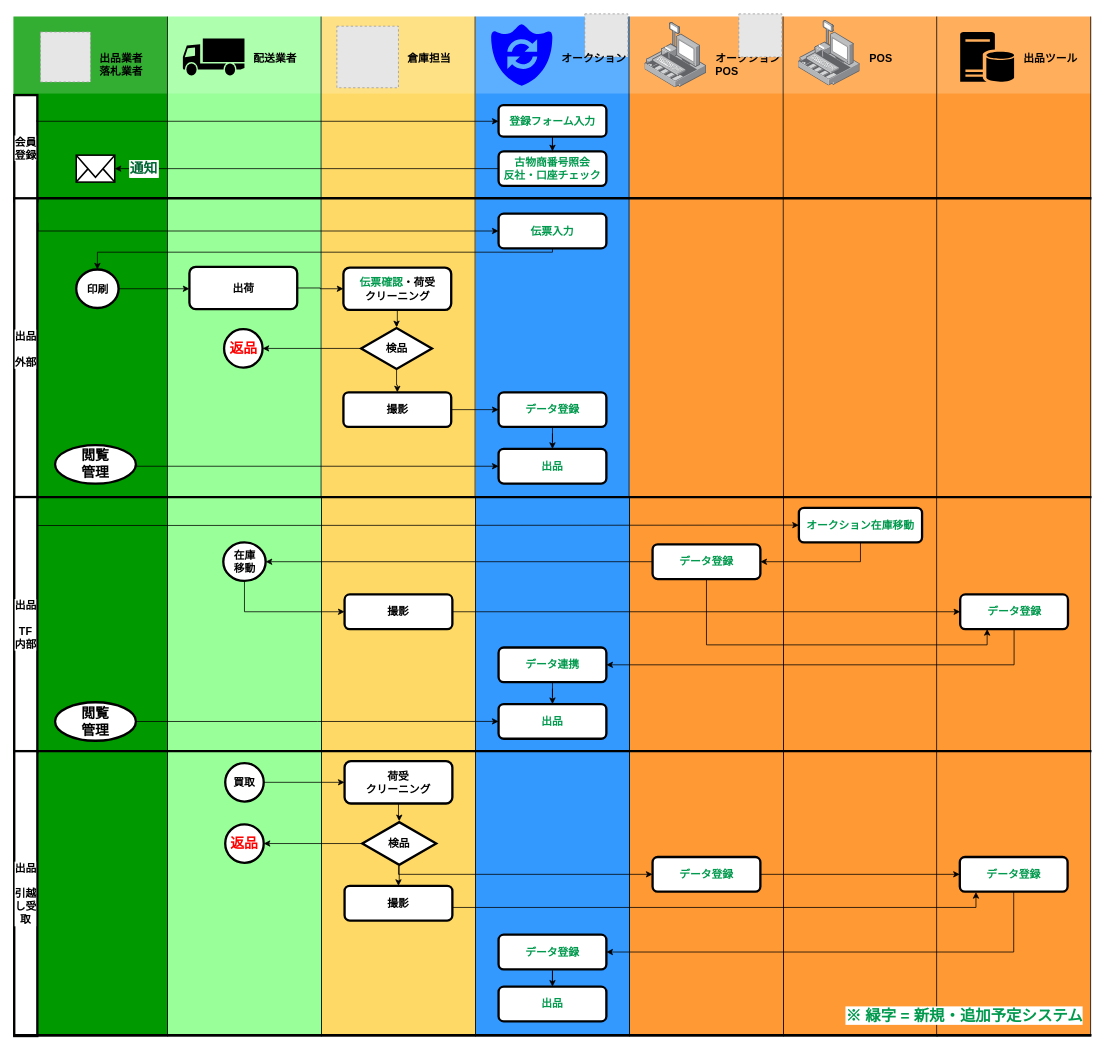
The draw.io diagram 業務フロー図.drawio in cy-shuhei-ohno/test, before the edit. Source tidied: cells renumbered, new cells numbered last; positions are measured from the earlier drawing's top-left corner, leaving out a move shared by most shapes. Both pictures are drawn from the tidied source at 77%, with x=0, y=0 at pixel (13, 13). Pictures stored in the file or linked from it are replaced by grey dashed boxes.
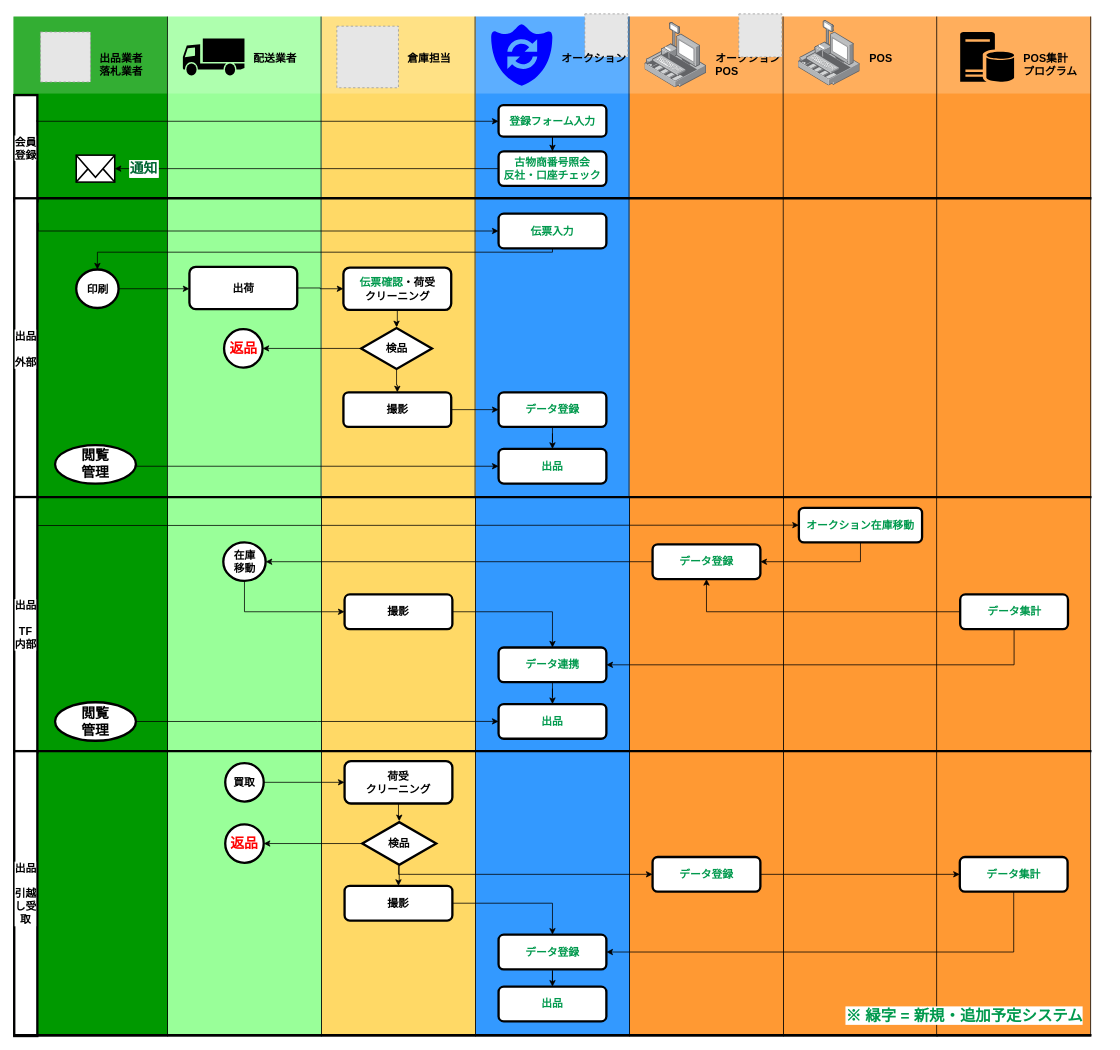
The same page after the edit.

Commit message:
Update 業務フロー図.drawio

Unchanged cells that the change refers to:
```xml
<mxCell id="83" value="撮影" style="rounded=1;whiteSpace=wrap;html=1;labelBackgroundColor=#ffffff;strokeWidth=3;fillColor=#FFFFFF;gradientColor=none;fontSize=14;fontColor=#000000;align=center;fontStyle=1;" parent="1" vertex="1">
  <mxGeometry x="430" y="754.5" width="140" height="45" as="geometry" />
</mxCell>
<mxCell id="90" value="データ登録" style="rounded=1;whiteSpace=wrap;html=1;labelBackgroundColor=#ffffff;strokeWidth=3;fillColor=#FFFFFF;gradientColor=none;fontSize=14;fontColor=#00994D;align=center;fontStyle=1;" parent="1" vertex="1">
  <mxGeometry x="830" y="689.5" width="140" height="45" as="geometry" />
</mxCell>
<mxCell id="92" value="データ連携&lt;br&gt;" style="rounded=1;whiteSpace=wrap;html=1;labelBackgroundColor=#ffffff;strokeWidth=3;fillColor=#FFFFFF;gradientColor=none;fontSize=14;fontColor=#00994D;align=center;fontStyle=1;" parent="1" vertex="1">
  <mxGeometry x="630" y="823.4" width="140" height="45" as="geometry" />
</mxCell>
<mxCell id="106" value="撮影" style="rounded=1;whiteSpace=wrap;html=1;labelBackgroundColor=#ffffff;strokeWidth=3;fillColor=#FFFFFF;gradientColor=none;fontSize=14;fontColor=#000000;align=center;fontStyle=1;" parent="1" vertex="1">
  <mxGeometry x="430" y="1133" width="140" height="45" as="geometry" />
</mxCell>
<mxCell id="111" value="データ登録" style="rounded=1;whiteSpace=wrap;html=1;labelBackgroundColor=#ffffff;strokeWidth=3;fillColor=#FFFFFF;gradientColor=none;fontSize=14;fontColor=#00994D;align=center;fontStyle=1;" parent="1" vertex="1">
  <mxGeometry x="630" y="1196.4" width="140" height="45" as="geometry" />
</mxCell>
```

What changed in the source:
```diff
@@
     <mxCell id="10" style="group;" parent="1" vertex="1">
-      <mxGeometry x="1199.5" y="4" width="200" height="641" as="geometry" />
+      <mxGeometry x="1199.5" y="4" width="220" height="641" as="geometry" />
     </mxCell>
     <mxCell id="11" style="group;" parent="10" vertex="1">
-      <mxGeometry width="200" height="641" as="geometry" />
+      <mxGeometry width="220" height="641" as="geometry" />
     </mxCell>
@@
-    <mxCell id="14" value="出品ツール" style="text;html=1;align=left;verticalAlign=top;spacingTop=-4;fontSize=14;fontColor=#000000;fontStyle=1;" parent="11" vertex="1">
-      <mxGeometry x="110" y="42.5" width="90" height="20" as="geometry" />
+    <mxCell id="14" value="POS集計&lt;br&gt;プログラム" style="text;html=1;align=left;verticalAlign=top;spacingTop=-4;fontSize=14;fontColor=#000000;fontStyle=1;" parent="11" vertex="1">
+      <mxGeometry x="110" y="42.5" width="90" height="40" as="geometry" />
     </mxCell>
@@
-    <mxCell id="82" style="edgeStyle=orthogonalEdgeStyle;rounded=0;jettySize=auto;html=1;entryX=0;entryY=0.5;entryDx=0;entryDy=0;strokeWidth=1;fontSize=14;fontColor=#0000FF;" parent="1" edge="1" source="83" target="87">
-      <mxGeometry relative="1" as="geometry" />
-    </mxCell>
+    <mxCell id="124" style="edgeStyle=orthogonalEdgeStyle;rounded=0;jettySize=auto;html=1;" parent="1" edge="1" source="83" target="92">
+      <mxGeometry relative="1" as="geometry" />
+    </mxCell>
@@
+    <mxCell id="125" style="edgeStyle=orthogonalEdgeStyle;rounded=0;jettySize=auto;html=1;entryX=0.5;entryY=1;entryDx=0;entryDy=0;" parent="1" edge="1" source="87" target="90">
+      <mxGeometry relative="1" as="geometry" />
+    </mxCell>
-    <mxCell id="87" value="データ登録" style="rounded=1;whiteSpace=wrap;html=1;labelBackgroundColor=#ffffff;strokeWidth=3;fillColor=#FFFFFF;gradientColor=none;fontSize=14;fontColor=#00994D;align=center;fontStyle=1;" parent="1" vertex="1">
+    <mxCell id="87" value="データ集計" style="rounded=1;whiteSpace=wrap;html=1;labelBackgroundColor=#ffffff;strokeWidth=3;fillColor=#FFFFFF;gradientColor=none;fontSize=14;fontColor=#00994D;align=center;fontStyle=1;" parent="1" vertex="1">
       <mxGeometry x="1229.5" y="754.5" width="140" height="45" as="geometry" />
     </mxCell>
@@
-    <mxCell id="89" style="edgeStyle=orthogonalEdgeStyle;rounded=0;jettySize=auto;html=1;entryX=0.25;entryY=1;entryDx=0;entryDy=0;" parent="1" edge="1" source="90" target="87">
-      <mxGeometry relative="1" as="geometry">
-        <Array as="points">
-          <mxPoint x="900" y="820" />
-          <mxPoint x="1264" y="820" />
-        </Array>
-      </mxGeometry>
-    </mxCell>
@@
-    <mxCell id="105" style="edgeStyle=orthogonalEdgeStyle;rounded=0;jettySize=auto;html=1;" parent="1" edge="1" source="106">
-      <mxGeometry relative="1" as="geometry">
-        <mxPoint x="1250" y="1141" as="targetPoint" />
-        <Array as="points">
-          <mxPoint x="570" y="1161" />
-          <mxPoint x="1250" y="1161" />
-        </Array>
-      </mxGeometry>
-    </mxCell>
+    <mxCell id="126" style="edgeStyle=orthogonalEdgeStyle;rounded=0;jettySize=auto;html=1;" parent="1" edge="1" source="106" target="111">
+      <mxGeometry relative="1" as="geometry" />
+    </mxCell>
@@
-    <mxCell id="123" value="データ登録" style="rounded=1;whiteSpace=wrap;html=1;labelBackgroundColor=#ffffff;strokeWidth=3;fillColor=#FFFFFF;gradientColor=none;fontSize=14;fontColor=#00994D;align=center;fontStyle=1;" parent="1" vertex="1">
+    <mxCell id="123" value="データ集計" style="rounded=1;whiteSpace=wrap;html=1;labelBackgroundColor=#ffffff;strokeWidth=3;fillColor=#FFFFFF;gradientColor=none;fontSize=14;fontColor=#00994D;align=center;fontStyle=1;" parent="1" vertex="1">
       <mxGeometry x="1229" y="1095.5" width="140" height="45" as="geometry" />
     </mxCell>
```
